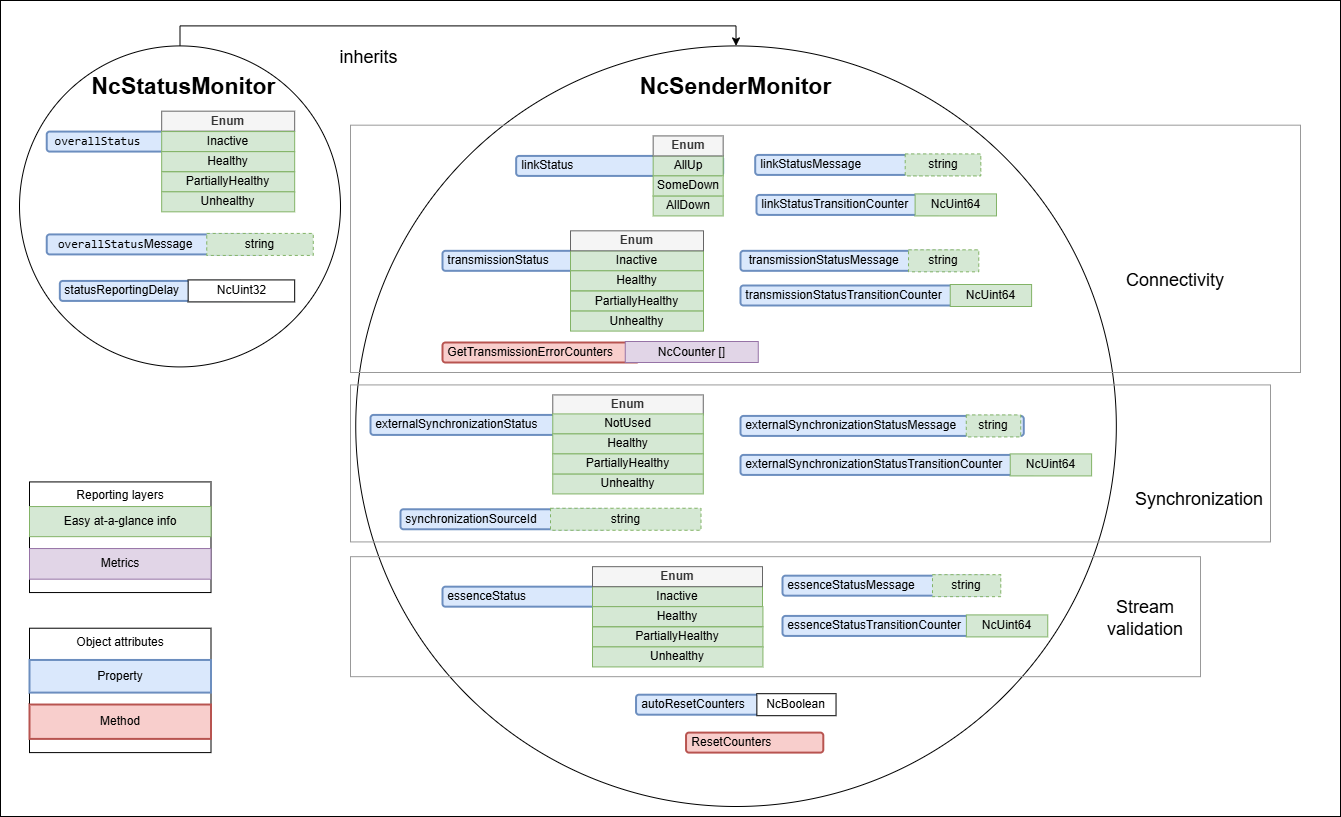
Above: docs/images/sender-model-minimal.png in AMWA-TV/bcp-008-02 (draw.io), before the change. Source tidied: cells renumbered, new cells last; positions are measured from the earlier drawing's top-left corner, leaving out a move shared by most shapes.
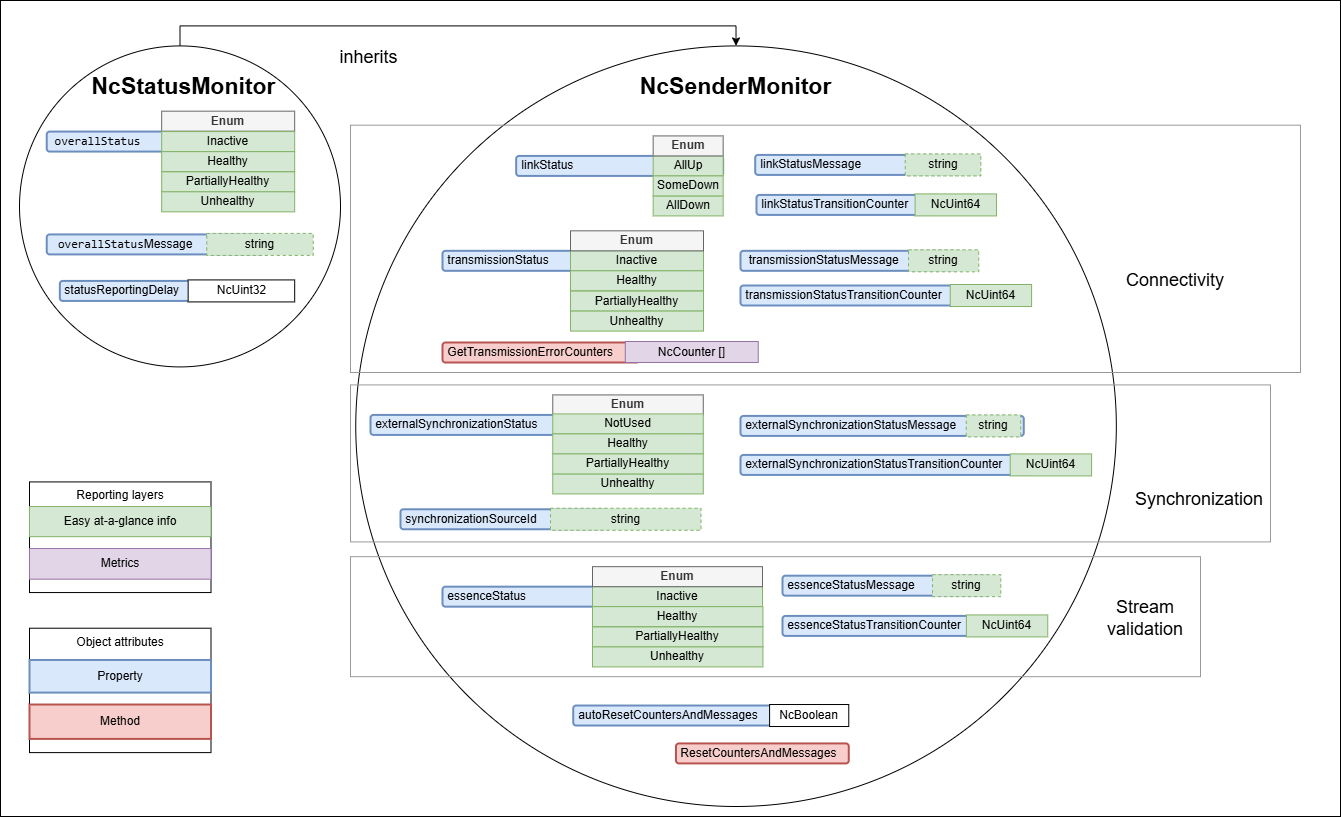
After the commit.

Commit message:
Update models to extend reset to status messages

See AMWA-TV/nmos-control-feature-sets#18

Diff of the diagram source:
```diff
@@ -218,14 +218,14 @@
     <mxCell id="73" value="NcUint64" style="rounded=0;whiteSpace=wrap;html=1;fillColor=#d5e8d4;strokeColor=#82b366;" parent="1" vertex="1">
       <mxGeometry x="914.6" y="193.4" width="81.4" height="22" as="geometry" />
     </mxCell>
-    <mxCell id="74" value="&amp;nbsp;autoResetCounters" style="rounded=1;whiteSpace=wrap;html=1;align=left;fillColor=#dae8fc;strokeColor=#6c8ebf;strokeWidth=2;" parent="1" vertex="1">
-      <mxGeometry x="635.5" y="694.2" width="122.8" height="20" as="geometry" />
+    <mxCell id="74" value="&amp;nbsp;autoResetCountersAndMessages" style="rounded=1;whiteSpace=wrap;html=1;align=left;fillColor=#dae8fc;strokeColor=#6c8ebf;strokeWidth=2;" parent="1" vertex="1">
+      <mxGeometry x="572.7" y="705" width="198.4" height="20" as="geometry" />
     </mxCell>
     <mxCell id="75" value="NcBoolean" style="rounded=0;whiteSpace=wrap;html=1;" parent="1" vertex="1">
-      <mxGeometry x="756.4" y="693.2" width="79.2" height="22" as="geometry" />
+      <mxGeometry x="769.1" y="704" width="79.2" height="22" as="geometry" />
     </mxCell>
-    <mxCell id="76" value="&amp;nbsp;ResetCounters&amp;nbsp;" style="rounded=1;whiteSpace=wrap;html=1;align=left;fillColor=#f8cecc;strokeColor=#b85450;strokeWidth=2;" parent="1" vertex="1">
-      <mxGeometry x="685.5" y="732.1" width="137.3" height="20" as="geometry" />
+    <mxCell id="76" value="&amp;nbsp;ResetCountersAndMessages" style="rounded=1;whiteSpace=wrap;html=1;align=left;fillColor=#f8cecc;strokeColor=#b85450;strokeWidth=2;" parent="1" vertex="1">
+      <mxGeometry x="675.5" y="742.9" width="172.8" height="20" as="geometry" />
     </mxCell>
   </root>
 </mxGraphModel>
```
